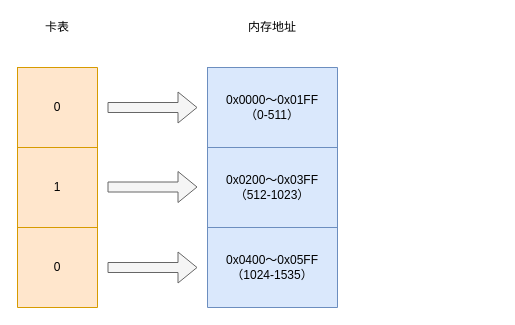
Before: jvm/卡表.drawio in erlieStar/diagrams, a draw.io diagram. Source tidied: cells renumbered, new cells numbered last; positions are measured from the earlier drawing's top-left corner, leaving out a move shared by most shapes. Both pictures are drawn from the tidied source at 100%, with x=0, y=0 at pixel (17, 17).
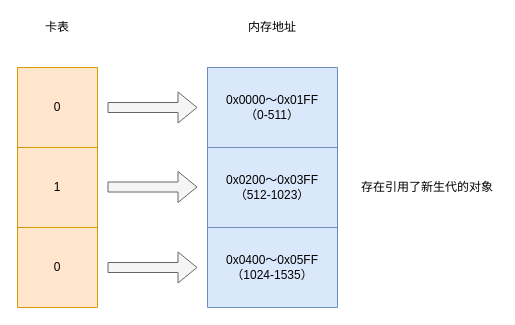
The same page after the edit.

What changed in the source:
```diff
@@
+    <mxCell id="21" value="存在引用了新生代的对象" style="text;html=1;strokeColor=none;fillColor=none;align=center;verticalAlign=middle;whiteSpace=wrap;rounded=0;" parent="1" vertex="1">
+      <mxGeometry x="340" y="160" width="140" height="20" as="geometry" />
+    </mxCell>
```
